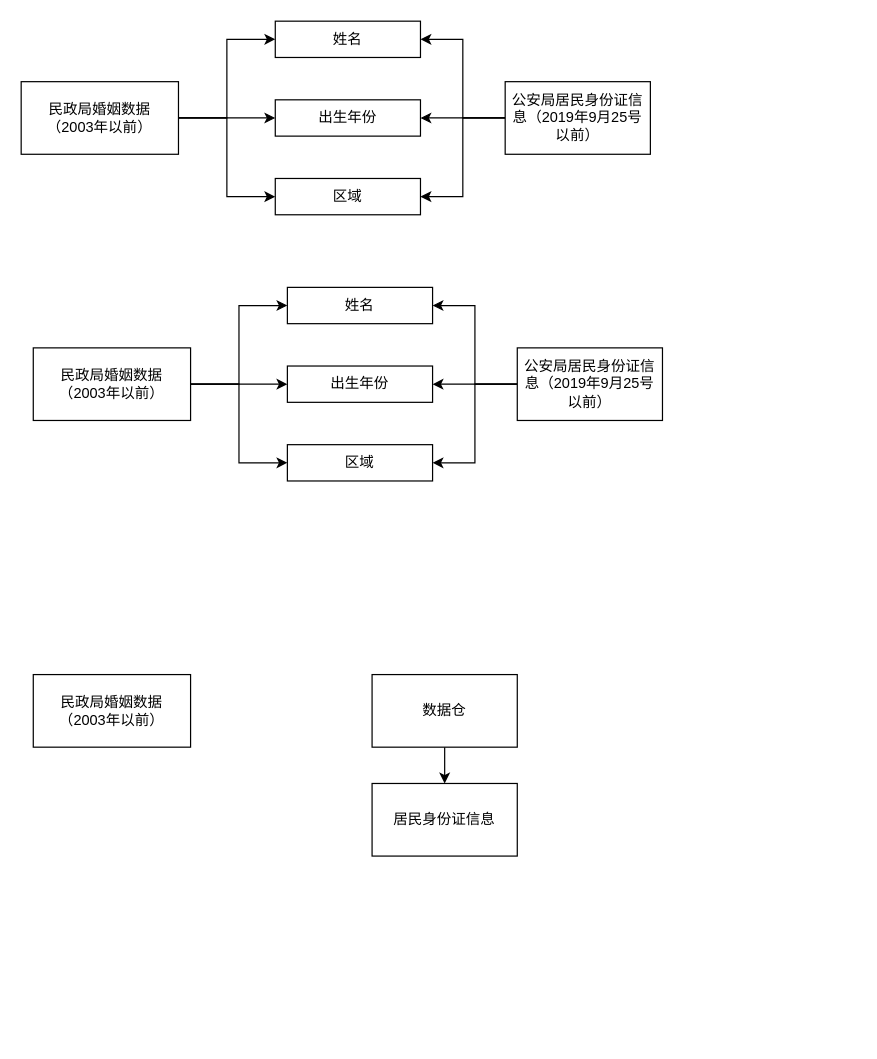
Fun2EveryDay/TestProject keeps this draw.io diagram as page "Page-2" (2 of 2) of Untitled Diagram.drawio. Above is the earlier version. Source tidied: cells renumbered, new cells numbered last; positions are measured from the earlier drawing's top-left corner, leaving out a move shared by most shapes. Both pictures are drawn from the tidied source at 121%, with x=0, y=0 at pixel (21, 21).
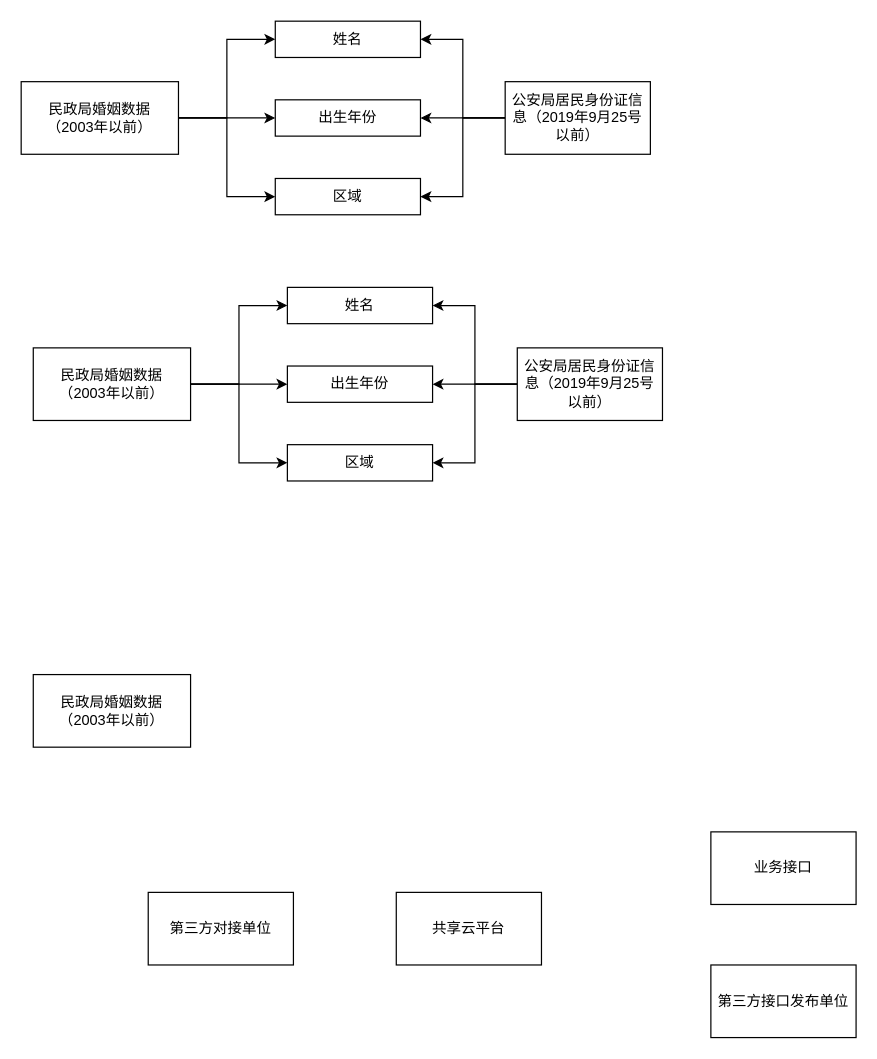
Above is the later version.

What changed in the source:
```diff
@@
-    <mxCell id="25" style="edgeStyle=orthogonalEdgeStyle;rounded=0;jettySize=auto;html=1;" parent="1" edge="1" source="26" target="27">
-      <mxGeometry relative="1" as="geometry" />
-    </mxCell>
-    <mxCell id="26" value="数据仓" style="rounded=0;whiteSpace=wrap;html=1;" parent="1" vertex="1">
-      <mxGeometry x="290" y="540" width="120" height="60" as="geometry" />
-    </mxCell>
-    <mxCell id="27" value="居民身份证信息" style="rounded=0;whiteSpace=wrap;html=1;" parent="1" vertex="1">
-      <mxGeometry x="290" y="630" width="120" height="60" as="geometry" />
-    </mxCell>
+    <mxCell id="28" value="第三方对接单位" style="rounded=0;whiteSpace=wrap;html=1;" parent="1" vertex="1">
+      <mxGeometry x="105" y="720" width="120" height="60" as="geometry" />
+    </mxCell>
+    <mxCell id="29" value="共享云平台" style="rounded=0;whiteSpace=wrap;html=1;" parent="1" vertex="1">
+      <mxGeometry x="310" y="720" width="120" height="60" as="geometry" />
+    </mxCell>
+    <mxCell id="30" value="业务接口" style="rounded=0;whiteSpace=wrap;html=1;" parent="1" vertex="1">
+      <mxGeometry x="570" y="670" width="120" height="60" as="geometry" />
+    </mxCell>
+    <mxCell id="31" value="第三方接口发布单位" style="rounded=0;whiteSpace=wrap;html=1;" parent="1" vertex="1">
+      <mxGeometry x="570" y="780" width="120" height="60" as="geometry" />
+    </mxCell>
```
